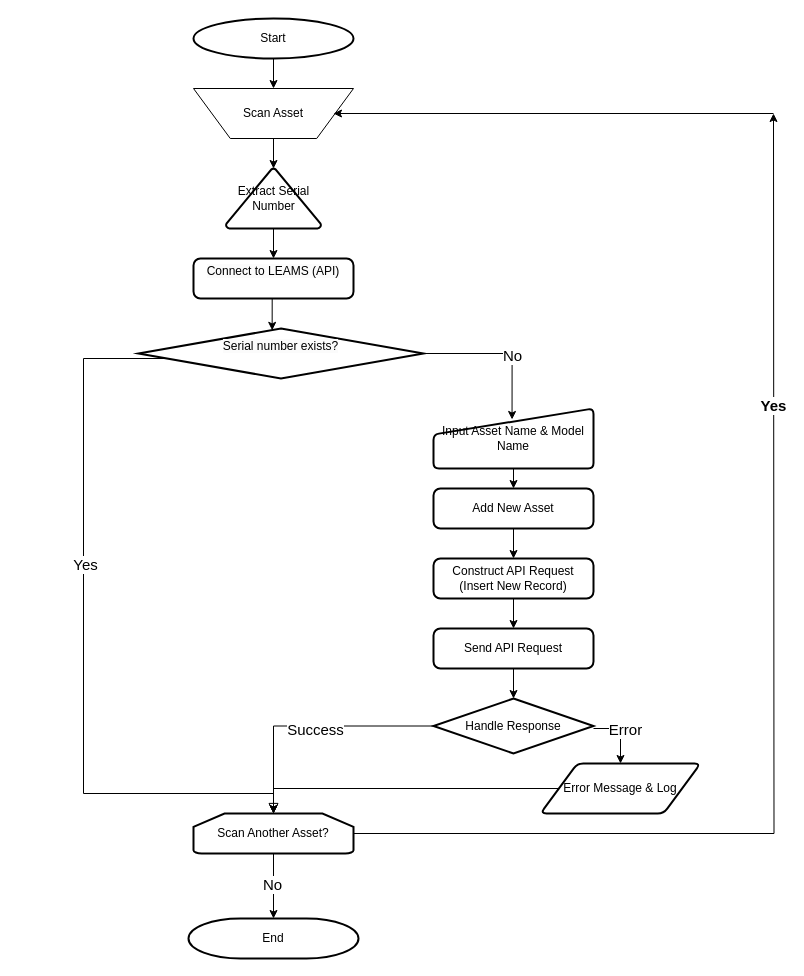
Before: test.drawio in Imanetoumouh/decentralized-app, a draw.io diagram. Source tidied: cells renumbered, new cells numbered last; positions are measured from the earlier drawing's top-left corner, leaving out a move shared by most shapes. Both pictures are drawn from the tidied source at 100%, with x=0, y=0 at pixel (83, 18).
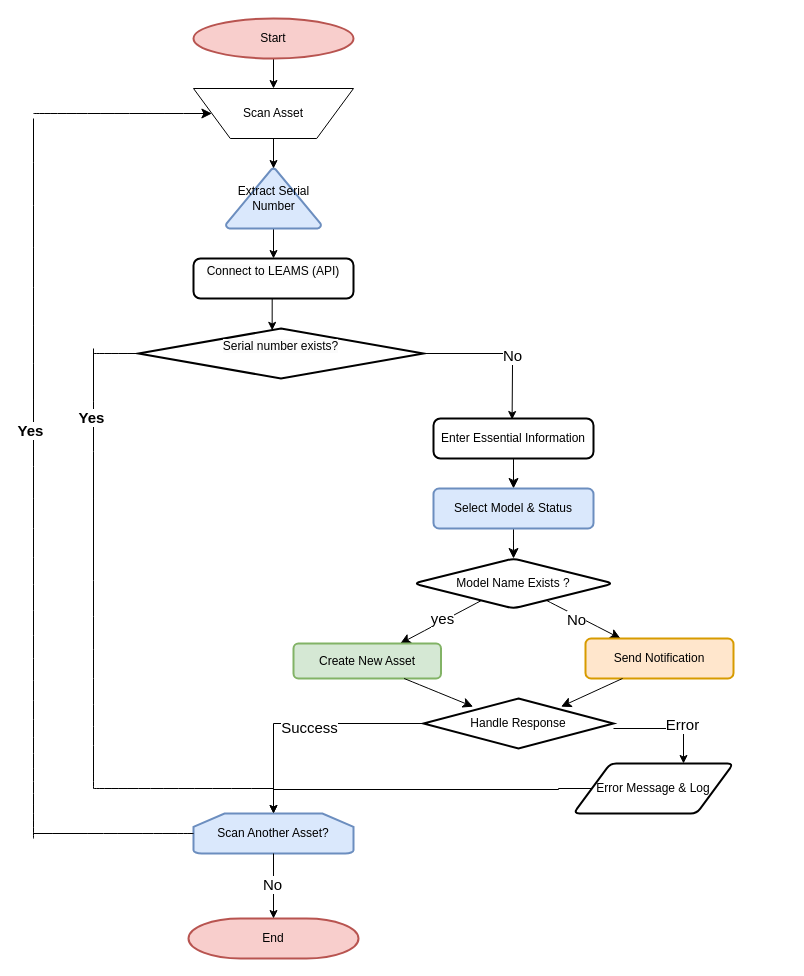
The same diagram, later.

Commit message:
Mettre à jour test.drawio

The change refers to these unchanged cells:
```xml
<mxCell id="7" value="&#10;&lt;span style=&quot;color: rgb(0, 0, 0); font-family: Helvetica; font-size: 12px; font-style: normal; font-variant-ligatures: normal; font-variant-caps: normal; font-weight: 400; letter-spacing: normal; orphans: 2; text-align: center; text-indent: 0px; text-transform: none; widows: 2; word-spacing: 0px; -webkit-text-stroke-width: 0px; white-space: normal; background-color: rgb(251, 251, 251); text-decoration-thickness: initial; text-decoration-style: initial; text-decoration-color: initial; display: inline !important; float: none;&quot;&gt;Serial number exists?&lt;/span&gt;&#10;&#10;" style="strokeWidth=2;html=1;shape=mxgraph.flowchart.decision;whiteSpace=wrap;" parent="1" vertex="1">
  <mxGeometry x="55" y="310" width="285" height="50" as="geometry" />
</mxCell>
<mxCell id="15" value="Scan Asset" style="verticalLabelPosition=middle;verticalAlign=middle;html=1;shape=trapezoid;perimeter=trapezoidPerimeter;whiteSpace=wrap;size=0.23;arcSize=10;flipV=1;labelPosition=center;align=center;" parent="1" vertex="1">
  <mxGeometry x="110" y="70" width="160" height="50" as="geometry" />
</mxCell>
```

Diff of the diagram source:
```diff
@@
-    <mxCell id="2" style="rounded=0;html=1;jettySize=auto;fontSize=11;endArrow=block;endFill=0;endSize=8;strokeWidth=1;shadow=0;labelBackgroundColor=none;edgeStyle=orthogonalEdgeStyle;exitX=0;exitY=0.5;exitDx=0;exitDy=0;entryX=0.5;entryY=0;entryDx=0;entryDy=0;entryPerimeter=0;exitPerimeter=0;" parent="1" edge="1" source="7" target="26">
-      <mxGeometry relative="1" as="geometry">
-        <Array as="points">
-          <mxPoint x="85" y="335" />
-          <mxPoint x="85" y="340" />
-          <mxPoint y="340" />
-          <mxPoint y="775" />
-          <mxPoint x="190" y="775" />
-        </Array>
-      </mxGeometry>
-    </mxCell>
-    <mxCell id="3" value="&lt;span style=&quot;font-size: 15px;&quot;&gt;Yes&lt;/span&gt;" style="edgeLabel;html=1;align=center;verticalAlign=middle;" parent="2" vertex="1">
-      <mxGeometry x="-0.15" y="1" relative="1" as="geometry" />
-    </mxCell>
-    <mxCell id="4" style="edgeStyle=orthogonalEdgeStyle;rounded=0;orthogonalLoop=1;jettySize=auto;html=1;exitX=0.5;exitY=1;exitDx=0;exitDy=0;" parent="1" edge="1">
-      <mxGeometry relative="1" as="geometry">
-        <mxPoint x="450" y="470" as="sourcePoint" />
-        <mxPoint x="450" y="470.3" as="targetPoint" />
-      </mxGeometry>
-    </mxCell>
-    <mxCell id="5" style="edgeStyle=orthogonalEdgeStyle;rounded=0;jettySize=auto;html=1;entryX=0.491;entryY=0.183;entryDx=0;entryDy=0;entryPerimeter=0;" parent="1" edge="1" source="7" target="28">
-      <mxGeometry relative="1" as="geometry" />
+    <mxCell id="5" style="edgeStyle=orthogonalEdgeStyle;rounded=0;jettySize=auto;html=1;entryX=0.491;entryY=0.183;entryDx=0;entryDy=0;entryPerimeter=0;" parent="1" edge="1" source="7">
+      <mxGeometry relative="1" as="geometry">
+        <mxPoint x="428.6" y="401" as="targetPoint" />
+      </mxGeometry>
     </mxCell>
@@
-    <mxCell id="9" value="Start" style="strokeWidth=2;html=1;shape=mxgraph.flowchart.start_1;whiteSpace=wrap;" parent="1" vertex="1">
+    <mxCell id="9" value="Start" style="strokeWidth=2;html=1;shape=mxgraph.flowchart.start_1;whiteSpace=wrap;fillColor=#f8cecc;strokeColor=#b85450;" parent="1" vertex="1">
       <mxGeometry x="110" width="160" height="40" as="geometry" />
     </mxCell>
@@
-    <mxCell id="11" style="edgeStyle=orthogonalEdgeStyle;rounded=0;jettySize=auto;html=1;exitX=0.5;exitY=1;exitDx=0;exitDy=0;entryX=0.5;entryY=0;entryDx=0;entryDy=0;" parent="1" edge="1" source="12" target="14">
-      <mxGeometry relative="1" as="geometry" />
-    </mxCell>
-    <mxCell id="12" value="Add New Asset" style="rounded=1;whiteSpace=wrap;html=1;absoluteArcSize=1;arcSize=14;strokeWidth=2;" parent="1" vertex="1">
-      <mxGeometry x="350" y="470" width="160" height="40" as="geometry" />
-    </mxCell>
-    <mxCell id="13" style="edgeStyle=orthogonalEdgeStyle;rounded=0;jettySize=auto;html=1;exitX=0.5;exitY=1;exitDx=0;exitDy=0;entryX=0.5;entryY=0;entryDx=0;entryDy=0;" parent="1" edge="1" source="14" target="18">
-      <mxGeometry relative="1" as="geometry" />
-    </mxCell>
-    <mxCell id="14" value="Construct API Request (Insert New Record)" style="rounded=1;whiteSpace=wrap;html=1;absoluteArcSize=1;arcSize=14;strokeWidth=2;" parent="1" vertex="1">
-      <mxGeometry x="350" y="540" width="160" height="40" as="geometry" />
-    </mxCell>
@@
-    <mxCell id="17" value="Extract Serial Number" style="strokeWidth=2;html=1;shape=mxgraph.flowchart.extract_or_measurement;whiteSpace=wrap;" parent="1" vertex="1">
+    <mxCell id="17" value="Extract Serial Number" style="strokeWidth=2;html=1;shape=mxgraph.flowchart.extract_or_measurement;whiteSpace=wrap;fillColor=#dae8fc;strokeColor=#6c8ebf;" parent="1" vertex="1">
       <mxGeometry x="142.5" y="150" width="95" height="60" as="geometry" />
     </mxCell>
-    <mxCell id="18" value="Send API Request" style="rounded=1;whiteSpace=wrap;html=1;absoluteArcSize=1;arcSize=14;strokeWidth=2;" parent="1" vertex="1">
-      <mxGeometry x="350" y="610" width="160" height="40" as="geometry" />
-    </mxCell>
@@
     <mxCell id="21" style="edgeStyle=orthogonalEdgeStyle;rounded=0;jettySize=auto;html=1;" parent="1" edge="1" source="23" target="30">
       <mxGeometry relative="1" as="geometry">
         <Array as="points">
-          <mxPoint x="537" y="710" />
+          <mxPoint x="600" y="710" />
         </Array>
       </mxGeometry>
     </mxCell>
-    <mxCell id="22" value="&lt;span style=&quot;font-size: 15px;&quot;&gt;Error&lt;/span&gt;" style="edgeLabel;html=1;align=center;verticalAlign=middle;" parent="21" vertex="1">
-      <mxGeometry x="-0.1" y="4" relative="1" as="geometry">
-        <mxPoint y="-1" as="offset" />
-      </mxGeometry>
+    <mxCell id="22" value="&lt;font style=&quot;font-size: 15px;&quot;&gt;Error&lt;/font&gt;" style="edgeLabel;html=1;align=center;verticalAlign=middle;fontSize=12;" parent="21" vertex="1">
+      <mxGeometry x="0.29" y="5" relative="1" as="geometry" />
     </mxCell>
     <mxCell id="23" value="Handle Response" style="strokeWidth=2;html=1;shape=mxgraph.flowchart.decision;whiteSpace=wrap;" parent="1" vertex="1">
-      <mxGeometry x="350" y="680" width="160" height="55" as="geometry" />
+      <mxGeometry x="340" y="680" width="190" height="50" as="geometry" />
     </mxCell>
-    <mxCell id="24" style="edgeStyle=orthogonalEdgeStyle;rounded=0;jettySize=auto;html=1;" parent="1" edge="1" source="26">
-      <mxGeometry relative="1" as="geometry">
-        <mxPoint x="690" y="95" as="targetPoint" />
-      </mxGeometry>
-    </mxCell>
-    <mxCell id="25" value="&lt;font style=&quot;font-size: 15px;&quot;&gt;&lt;b&gt;Yes&lt;/b&gt;&lt;/font&gt;" style="edgeLabel;html=1;align=center;verticalAlign=middle;" parent="24" vertex="1">
-      <mxGeometry x="0.49" y="1" relative="1" as="geometry">
-        <mxPoint y="1" as="offset" />
-      </mxGeometry>
-    </mxCell>
-    <mxCell id="26" value="Scan Another Asset?" style="strokeWidth=2;html=1;shape=mxgraph.flowchart.loop_limit;whiteSpace=wrap;" parent="1" vertex="1">
+    <mxCell id="26" value="Scan Another Asset?" style="strokeWidth=2;html=1;shape=mxgraph.flowchart.loop_limit;whiteSpace=wrap;fillColor=#dae8fc;strokeColor=#6c8ebf;" parent="1" vertex="1">
       <mxGeometry x="110" y="795" width="160" height="40" as="geometry" />
     </mxCell>
-    <mxCell id="27" style="edgeStyle=orthogonalEdgeStyle;rounded=0;jettySize=auto;html=1;exitX=0.5;exitY=1;exitDx=0;exitDy=0;entryX=0.5;entryY=0;entryDx=0;entryDy=0;" parent="1" edge="1" source="28" target="12">
-      <mxGeometry relative="1" as="geometry" />
-    </mxCell>
-    <mxCell id="28" value="Input Asset Name &amp;amp; Model Name" style="html=1;strokeWidth=2;shape=manualInput;whiteSpace=wrap;rounded=1;size=26;arcSize=11;" parent="1" vertex="1">
-      <mxGeometry x="350" y="390" width="160" height="60" as="geometry" />
-    </mxCell>
-    <mxCell id="29" style="edgeStyle=orthogonalEdgeStyle;rounded=0;jettySize=auto;html=1;exitX=0;exitY=0.25;exitDx=0;exitDy=0;" parent="1" edge="1" target="26">
+    <mxCell id="29" style="edgeStyle=orthogonalEdgeStyle;rounded=0;jettySize=auto;html=1;exitX=0;exitY=0.5;exitDx=0;exitDy=0;" parent="1" edge="1" source="30" target="26">
       <mxGeometry relative="1" as="geometry">
-        <mxPoint x="481.8" y="771.4" as="sourcePoint" />
         <Array as="points">
-          <mxPoint x="475" y="771" />
-          <mxPoint x="190" y="770" />
+          <mxPoint x="475" y="770" />
+          <mxPoint x="190" y="771" />
         </Array>
       </mxGeometry>
     </mxCell>
     <mxCell id="30" value="Error Message &amp;amp; Log" style="shape=parallelogram;html=1;strokeWidth=2;perimeter=parallelogramPerimeter;whiteSpace=wrap;rounded=1;arcSize=12;size=0.23;" parent="1" vertex="1">
-      <mxGeometry x="457" y="745" width="160" height="50" as="geometry" />
+      <mxGeometry x="490" y="745" width="160" height="50" as="geometry" />
     </mxCell>
-    <mxCell id="31" style="edgeStyle=orthogonalEdgeStyle;rounded=0;orthogonalLoop=1;jettySize=auto;html=1;" parent="1" edge="1">
-      <mxGeometry relative="1" as="geometry">
-        <mxPoint x="690" y="95" as="sourcePoint" />
-        <mxPoint x="250" y="95" as="targetPoint" />
-      </mxGeometry>
-    </mxCell>
-    <mxCell id="32" value="End" style="strokeWidth=2;html=1;shape=mxgraph.flowchart.terminator;whiteSpace=wrap;" parent="1" vertex="1">
+    <mxCell id="32" value="End" style="strokeWidth=2;html=1;shape=mxgraph.flowchart.terminator;whiteSpace=wrap;fillColor=#f8cecc;strokeColor=#b85450;" parent="1" vertex="1">
       <mxGeometry x="105" y="900" width="170" height="40" as="geometry" />
     </mxCell>
@@
-    <mxCell id="37" style="edgeStyle=orthogonalEdgeStyle;rounded=0;jettySize=auto;html=1;exitX=0.5;exitY=1;exitDx=0;exitDy=0;entryX=0.5;entryY=0;entryDx=0;entryDy=0;entryPerimeter=0;" parent="1" edge="1" source="18" target="23">
-      <mxGeometry relative="1" as="geometry" />
-    </mxCell>
+    <mxCell id="38" style="edgeStyle=none;curved=1;rounded=0;jettySize=auto;html=1;fontSize=12;startSize=8;endSize=8;" parent="1" edge="1" source="39" target="41">
+      <mxGeometry relative="1" as="geometry" />
+    </mxCell>
+    <mxCell id="39" value="Enter Essential Information" style="rounded=1;whiteSpace=wrap;html=1;absoluteArcSize=1;arcSize=14;strokeWidth=2;" parent="1" vertex="1">
+      <mxGeometry x="350" y="400" width="160" height="40" as="geometry" />
+    </mxCell>
+    <mxCell id="40" style="edgeStyle=none;curved=1;rounded=0;jettySize=auto;html=1;fontSize=12;startSize=8;endSize=8;" parent="1" edge="1" source="41" target="46">
+      <mxGeometry relative="1" as="geometry" />
+    </mxCell>
+    <mxCell id="41" value="Select Model &amp;amp; Status" style="whiteSpace=wrap;html=1;rounded=1;arcSize=14;strokeWidth=2;fillColor=#dae8fc;strokeColor=#6c8ebf;" parent="1" vertex="1">
+      <mxGeometry x="350" y="470" width="160" height="40" as="geometry" />
+    </mxCell>
+    <mxCell id="42" style="edgeStyle=none;curved=1;rounded=0;jettySize=auto;html=1;fontSize=12;startSize=8;endSize=8;" parent="1" edge="1" source="46" target="47">
+      <mxGeometry relative="1" as="geometry" />
+    </mxCell>
+    <mxCell id="43" value="&lt;span style=&quot;font-size: 15px;&quot;&gt;No&lt;/span&gt;" style="edgeLabel;html=1;align=center;verticalAlign=middle;fontSize=12;" parent="42" vertex="1">
+      <mxGeometry x="-0.16" y="-2" relative="1" as="geometry">
+        <mxPoint y="1" as="offset" />
+      </mxGeometry>
+    </mxCell>
+    <mxCell id="44" style="edgeStyle=none;curved=1;rounded=0;jettySize=auto;html=1;fontSize=12;startSize=8;endSize=8;" parent="1" edge="1" source="46" target="48">
+      <mxGeometry relative="1" as="geometry" />
+    </mxCell>
+    <mxCell id="45" value="&lt;font style=&quot;font-size: 15px;&quot;&gt;yes&lt;/font&gt;" style="edgeLabel;html=1;align=center;verticalAlign=middle;fontSize=12;" parent="44" vertex="1">
+      <mxGeometry x="-0.06" y="-3" relative="1" as="geometry" />
+    </mxCell>
+    <mxCell id="46" value="Model Name Exists ?" style="rhombus;whiteSpace=wrap;html=1;rounded=1;arcSize=14;strokeWidth=2;" parent="1" vertex="1">
+      <mxGeometry x="330" y="540" width="200" height="50" as="geometry" />
+    </mxCell>
+    <mxCell id="47" value="Send Notification" style="whiteSpace=wrap;html=1;rounded=1;arcSize=14;strokeWidth=2;fillColor=#ffe6cc;strokeColor=#d79b00;" parent="1" vertex="1">
+      <mxGeometry x="502" y="620" width="148" height="40" as="geometry" />
+    </mxCell>
+    <mxCell id="48" value="Create New Asset" style="whiteSpace=wrap;html=1;rounded=1;arcSize=14;strokeWidth=2;fillColor=#d5e8d4;strokeColor=#82b366;" parent="1" vertex="1">
+      <mxGeometry x="210" y="625" width="147.5" height="35" as="geometry" />
+    </mxCell>
+    <mxCell id="49" style="endArrow=classic;html=1;rounded=0;fontSize=12;startSize=8;endSize=8;curved=1;exitX=0.75;exitY=1;exitDx=0;exitDy=0;entryX=0.261;entryY=0.163;entryDx=0;entryDy=0;entryPerimeter=0;" parent="1" edge="1" source="48" target="23">
+      <mxGeometry relative="1" as="geometry" />
+    </mxCell>
+    <mxCell id="50" style="endArrow=classic;html=1;rounded=0;fontSize=12;startSize=8;endSize=8;curved=1;exitX=0.25;exitY=1;exitDx=0;exitDy=0;entryX=0.724;entryY=0.163;entryDx=0;entryDy=0;entryPerimeter=0;" parent="1" edge="1" source="47" target="23">
+      <mxGeometry relative="1" as="geometry" />
+    </mxCell>
+    <mxCell id="51" style="endArrow=classic;html=1;rounded=0;fontSize=12;startSize=8;endSize=8;curved=1;entryX=0;entryY=0.5;entryDx=0;entryDy=0;" parent="1" edge="1" target="15">
+      <mxGeometry relative="1" as="geometry">
+        <mxPoint x="-50" y="95" as="sourcePoint" />
+      </mxGeometry>
+    </mxCell>
+    <mxCell id="52" style="endArrow=none;html=1;rounded=0;fontSize=12;startSize=8;endSize=8;curved=1;exitX=0;exitY=0.5;exitDx=0;exitDy=0;exitPerimeter=0;" parent="1" edge="1" source="26">
+      <mxGeometry relative="1" as="geometry">
+        <mxPoint x="-50" y="815" as="targetPoint" />
+      </mxGeometry>
+    </mxCell>
+    <mxCell id="53" style="endArrow=none;html=1;rounded=0;fontSize=12;startSize=8;endSize=8;curved=1;" parent="1" edge="1">
+      <mxGeometry relative="1" as="geometry">
+        <mxPoint x="-50" y="820" as="sourcePoint" />
+        <mxPoint x="-50" y="100" as="targetPoint" />
+      </mxGeometry>
+    </mxCell>
+    <mxCell id="54" value="&lt;b&gt;&lt;font style=&quot;font-size: 15px;&quot;&gt;Yes&lt;/font&gt;&lt;/b&gt;" style="edgeLabel;html=1;align=center;verticalAlign=middle;fontSize=12;" parent="53" vertex="1">
+      <mxGeometry x="0.14" y="4" relative="1" as="geometry">
+        <mxPoint y="1" as="offset" />
+      </mxGeometry>
+    </mxCell>
+    <mxCell id="55" style="endArrow=none;html=1;rounded=0;fontSize=12;startSize=8;endSize=8;curved=1;entryX=0;entryY=0.5;entryDx=0;entryDy=0;entryPerimeter=0;" parent="1" edge="1" target="7">
+      <mxGeometry relative="1" as="geometry">
+        <mxPoint x="10" y="335" as="sourcePoint" />
+      </mxGeometry>
+    </mxCell>
+    <mxCell id="56" style="endArrow=none;html=1;rounded=0;fontSize=12;startSize=8;endSize=8;curved=1;" parent="1" edge="1">
+      <mxGeometry relative="1" as="geometry">
+        <mxPoint x="10" y="770" as="sourcePoint" />
+        <mxPoint x="10" y="330" as="targetPoint" />
+      </mxGeometry>
+    </mxCell>
+    <mxCell id="57" value="&lt;b&gt;&lt;font style=&quot;font-size: 15px;&quot;&gt;Yes&lt;/font&gt;&lt;/b&gt;" style="edgeLabel;html=1;align=center;verticalAlign=middle;fontSize=12;" parent="56" vertex="1">
+      <mxGeometry x="0.69" y="3" relative="1" as="geometry" />
+    </mxCell>
+    <mxCell id="58" style="endArrow=none;html=1;rounded=0;fontSize=12;startSize=8;endSize=8;curved=1;" parent="1" edge="1">
+      <mxGeometry relative="1" as="geometry">
+        <mxPoint x="10" y="770" as="sourcePoint" />
+        <mxPoint x="190" y="770" as="targetPoint" />
+      </mxGeometry>
+    </mxCell>
```
